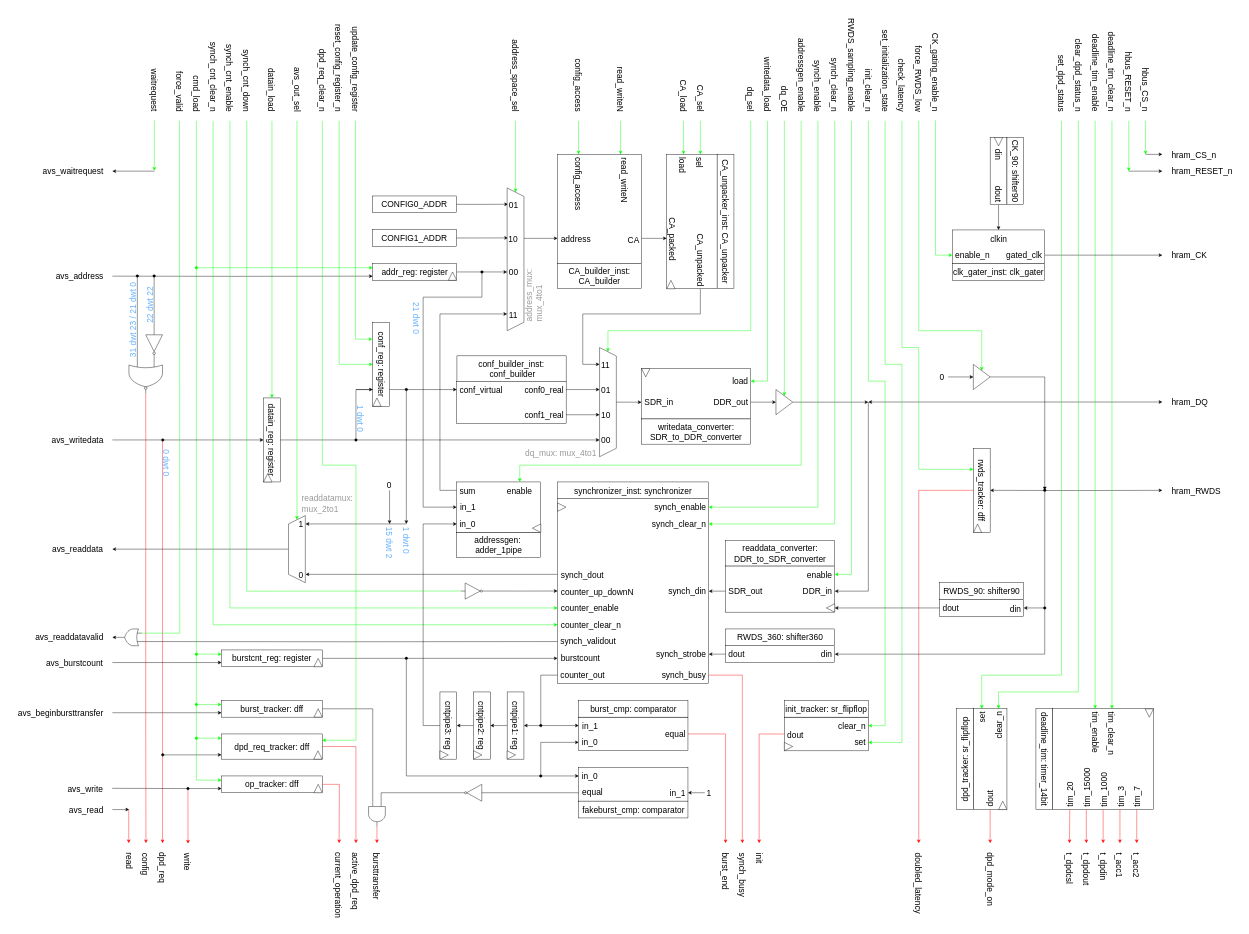
Before: page "RTL" (2 of 8) of hyperram_system/ip/avs_to_hram_converter/schematics/avs_to_hram_converter.drawio in AndreaBononi/Intel_Cyclone10LP_systems, a draw.io diagram. Source tidied: cells renumbered, new cells numbered last; positions are measured from the earlier drawing's top-left corner, leaving out a move shared by most shapes. Both pictures are drawn from the tidied source at 42%, with x=0, y=0 at pixel (7, 51).
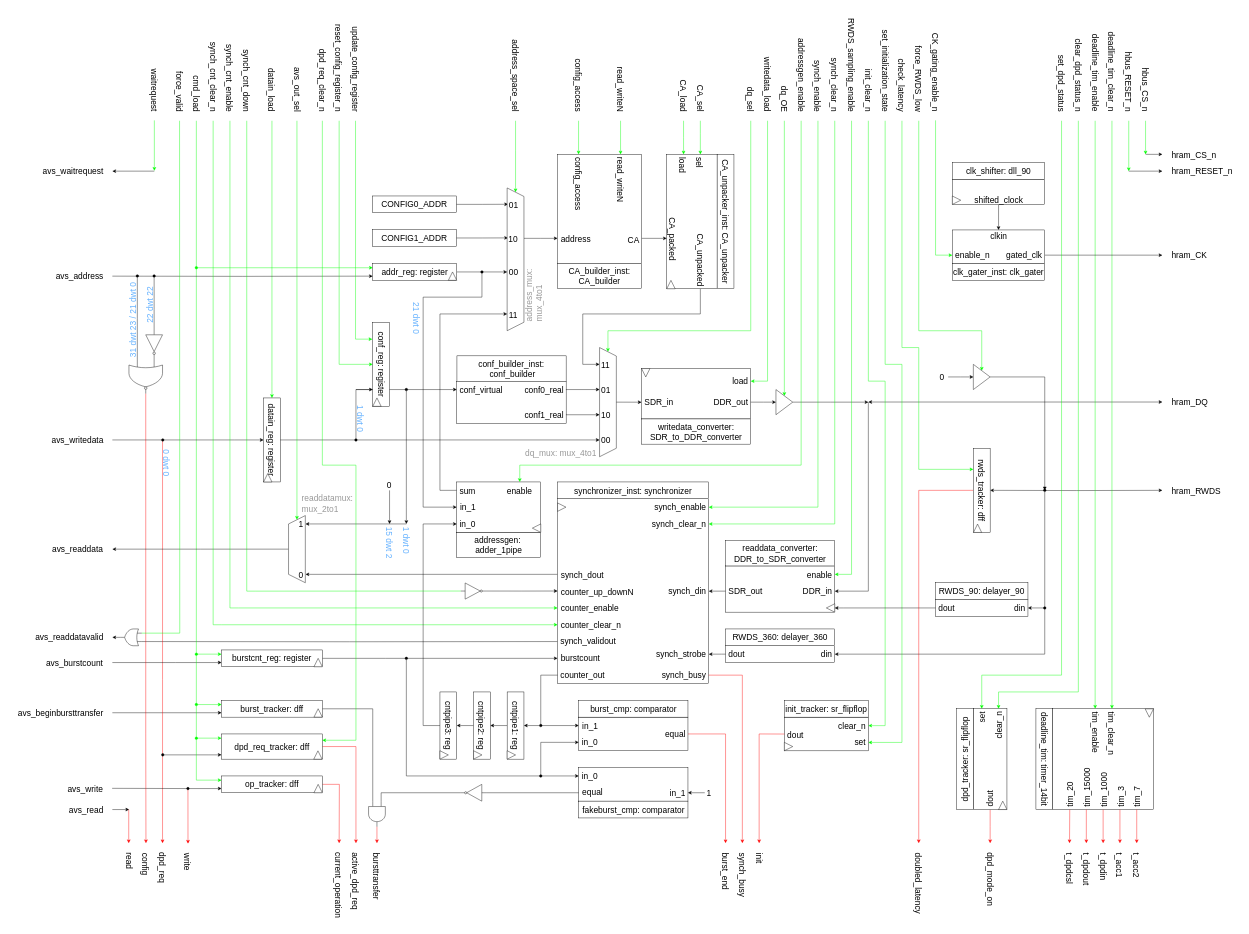
Above is the later version.

Unchanged cells that the change refers to:
```xml
<mxCell id="81" style="rounded=0;whiteSpace=wrap;html=1;fontSize=20;rotation=0;" parent="1" vertex="1">
  <mxGeometry x="2250" y="425" width="220" height="80" as="geometry" />
</mxCell>
```

The edit, as a diff of the source:
```diff
@@
-    <mxCell id="39" value="&lt;font style=&quot;font-size: 20px;&quot;&gt;RWDS_360: shifter360&lt;/font&gt;" style="rounded=0;whiteSpace=wrap;html=1;fontSize=20;" parent="1" vertex="1">
+    <mxCell id="39" value="&lt;font style=&quot;font-size: 20px;&quot;&gt;RWDS_360: delayer_360&lt;/font&gt;" style="rounded=0;whiteSpace=wrap;html=1;fontSize=20;" parent="1" vertex="1">
       <mxGeometry x="1710" y="1375" width="260" height="40" as="geometry" />
     </mxCell>
@@
-    <mxCell id="42" style="edgeStyle=orthogonalEdgeStyle;rounded=0;jettySize=auto;html=1;exitX=1;exitY=0.5;exitDx=0;exitDy=0;entryX=0.5;entryY=0;entryDx=0;entryDy=0;" parent="1" edge="1" source="43" target="81">
+    <mxCell id="42" style="edgeStyle=orthogonalEdgeStyle;rounded=0;jettySize=auto;html=1;exitX=0.5;exitY=1;exitDx=0;exitDy=0;entryX=0.5;entryY=0;entryDx=0;entryDy=0;" parent="1" edge="1" source="43" target="81">
       <mxGeometry relative="1" as="geometry" />
     </mxCell>
-    <mxCell id="43" style="rounded=0;whiteSpace=wrap;html=1;fontSize=20;rotation=90;" parent="1" vertex="1">
-      <mxGeometry x="2280" y="265" width="160" height="40" as="geometry" />
+    <mxCell id="43" style="rounded=0;whiteSpace=wrap;html=1;fontSize=20;rotation=0;" parent="1" vertex="1">
+      <mxGeometry x="2250" y="305" width="220" height="60" as="geometry" />
     </mxCell>
-    <mxCell id="44" value="&lt;font style=&quot;font-size: 20px;&quot;&gt;CK_90: shifter90&lt;br style=&quot;font-size: 20px;&quot;&gt;&lt;/font&gt;" style="rounded=0;whiteSpace=wrap;html=1;fontSize=20;rotation=90;" parent="1" vertex="1">
-      <mxGeometry x="2320" y="265" width="160" height="40" as="geometry" />
+    <mxCell id="44" value="&lt;font style=&quot;font-size: 20px;&quot;&gt;clk_shifter: dll_90&lt;br style=&quot;font-size: 20px;&quot;&gt;&lt;/font&gt;" style="rounded=0;whiteSpace=wrap;html=1;fontSize=20;rotation=0;" parent="1" vertex="1">
+      <mxGeometry x="2250" y="264.5" width="220" height="40" as="geometry" />
     </mxCell>
-    <mxCell id="45" value="&lt;font style=&quot;font-size: 20px;&quot;&gt;din&lt;/font&gt;" style="text;html=1;align=left;verticalAlign=middle;strokeColor=none;fillColor=none;fontSize=20;rotation=90;" parent="1" vertex="1">
-      <mxGeometry x="2335" y="235" width="50" height="40" as="geometry" />
-    </mxCell>
-    <mxCell id="46" value="&lt;div style=&quot;font-size: 20px;&quot;&gt;&lt;font style=&quot;font-size: 20px;&quot;&gt;dout&lt;/font&gt;&lt;/div&gt;" style="text;html=1;align=right;verticalAlign=middle;strokeColor=none;fillColor=none;fontSize=20;rotation=90;" parent="1" vertex="1">
-      <mxGeometry x="2330" y="310" width="60" height="40" as="geometry" />
+    <mxCell id="46" value="&lt;div align=&quot;center&quot; style=&quot;font-size: 20px;&quot;&gt;&lt;font style=&quot;font-size: 20px;&quot;&gt;shifted_clock&lt;/font&gt;&lt;/div&gt;" style="text;html=1;align=center;verticalAlign=middle;strokeColor=none;fillColor=none;fontSize=20;rotation=0;" parent="1" vertex="1">
+      <mxGeometry x="2290" y="334.2" width="140" height="40" as="geometry" />
     </mxCell>
@@
     <mxCell id="49" style="rounded=0;whiteSpace=wrap;html=1;fontSize=20;" parent="1" vertex="1">
-      <mxGeometry x="2220" y="1305" width="200" height="40" as="geometry" />
+      <mxGeometry x="2210" y="1305" width="220" height="40" as="geometry" />
     </mxCell>
-    <mxCell id="50" value="&lt;font style=&quot;font-size: 20px;&quot;&gt;RWDS_90: shifter90&lt;/font&gt;" style="rounded=0;whiteSpace=wrap;html=1;fontSize=20;" parent="1" vertex="1">
-      <mxGeometry x="2220" y="1265" width="200" height="40" as="geometry" />
+    <mxCell id="50" value="&lt;font style=&quot;font-size: 20px;&quot;&gt;RWDS_90: delayer_90&lt;/font&gt;" style="rounded=0;whiteSpace=wrap;html=1;fontSize=20;" parent="1" vertex="1">
+      <mxGeometry x="2210" y="1265" width="220" height="40" as="geometry" />
     </mxCell>
     <mxCell id="51" value="&lt;font style=&quot;font-size: 20px;&quot;&gt;din&lt;/font&gt;" style="text;html=1;align=right;verticalAlign=middle;strokeColor=none;fillColor=none;fontSize=20;" parent="1" vertex="1">
-      <mxGeometry x="2364.5" y="1305.5" width="50" height="40" as="geometry" />
+      <mxGeometry x="2375" y="1305" width="50" height="40" as="geometry" />
     </mxCell>
     <mxCell id="52" value="&lt;div style=&quot;font-size: 20px;&quot; align=&quot;left&quot;&gt;&lt;font style=&quot;font-size: 20px;&quot;&gt;dout&lt;/font&gt;&lt;/div&gt;" style="text;html=1;align=left;verticalAlign=middle;strokeColor=none;fillColor=none;fontSize=20;" parent="1" vertex="1">
-      <mxGeometry x="2225" y="1304.5" width="60" height="40" as="geometry" />
+      <mxGeometry x="2215" y="1305" width="60" height="40" as="geometry" />
     </mxCell>
@@
     <mxCell id="175" value="read_writeN" style="text;html=1;align=left;verticalAlign=middle;strokeColor=none;fillColor=none;rotation=90;fontSize=20;" parent="1" vertex="1">
-      <mxGeometry x="1405.5" y="295.2" width="130" height="40" as="geometry" />
+      <mxGeometry x="1395" y="294.2" width="130" height="40" as="geometry" />
     </mxCell>
@@
-    <mxCell id="343" style="triangle;whiteSpace=wrap;html=1;direction=west;fontSize=20;rotation=-90;" parent="1" vertex="1">
-      <mxGeometry x="2350" y="205" width="20" height="20" as="geometry" />
+    <mxCell id="343" style="triangle;whiteSpace=wrap;html=1;direction=west;fontSize=20;rotation=-180;" parent="1" vertex="1">
+      <mxGeometry x="2250" y="344.2" width="20" height="20" as="geometry" />
     </mxCell>
     <mxCell id="344" value="clkin" style="text;html=1;align=center;verticalAlign=middle;strokeColor=none;fillColor=none;fontSize=20;rotation=0;" parent="1" vertex="1">
-      <mxGeometry x="2330" y="426.2" width="60" height="40" as="geometry" />
+      <mxGeometry x="2330" y="420" width="60" height="40" as="geometry" />
     </mxCell>
```
